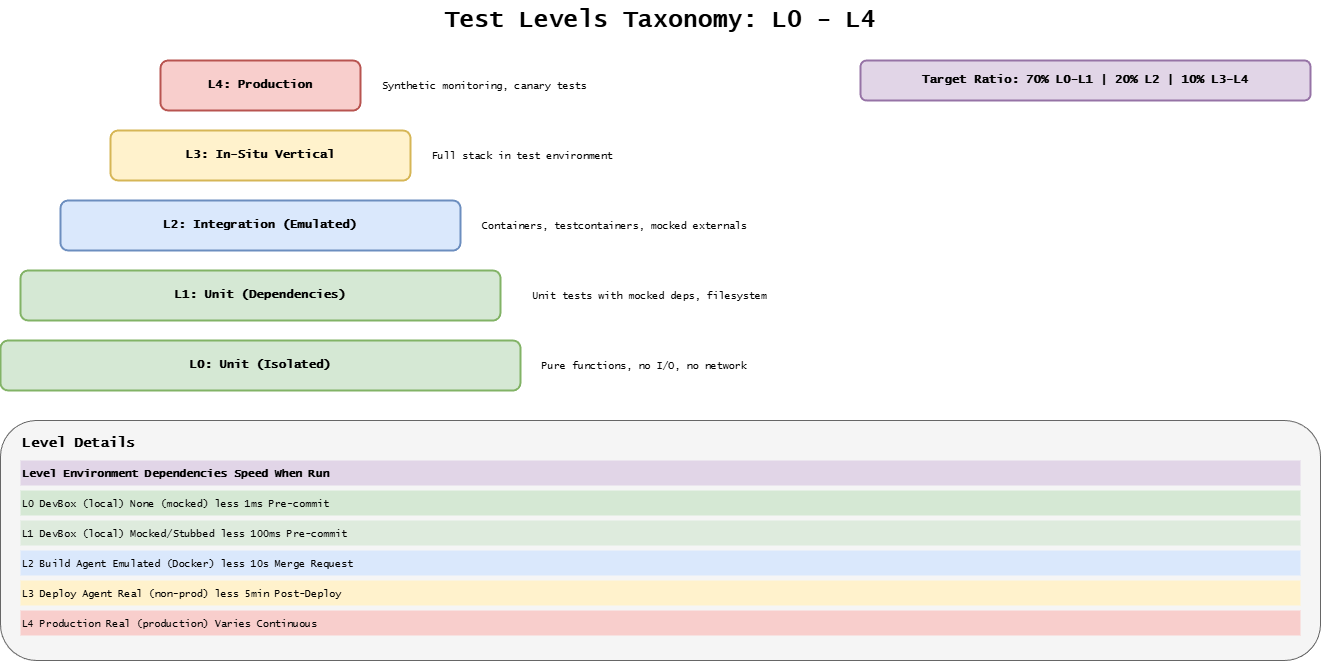
The draw.io diagram docs/assets/assisted/05-test-levels-taxonomy.drawio.png in ready-to-release/eac, before a commit. Source tidied: cells renumbered, new cells last; positions are measured from the earlier drawing's top-left corner, leaving out a move shared by most shapes.
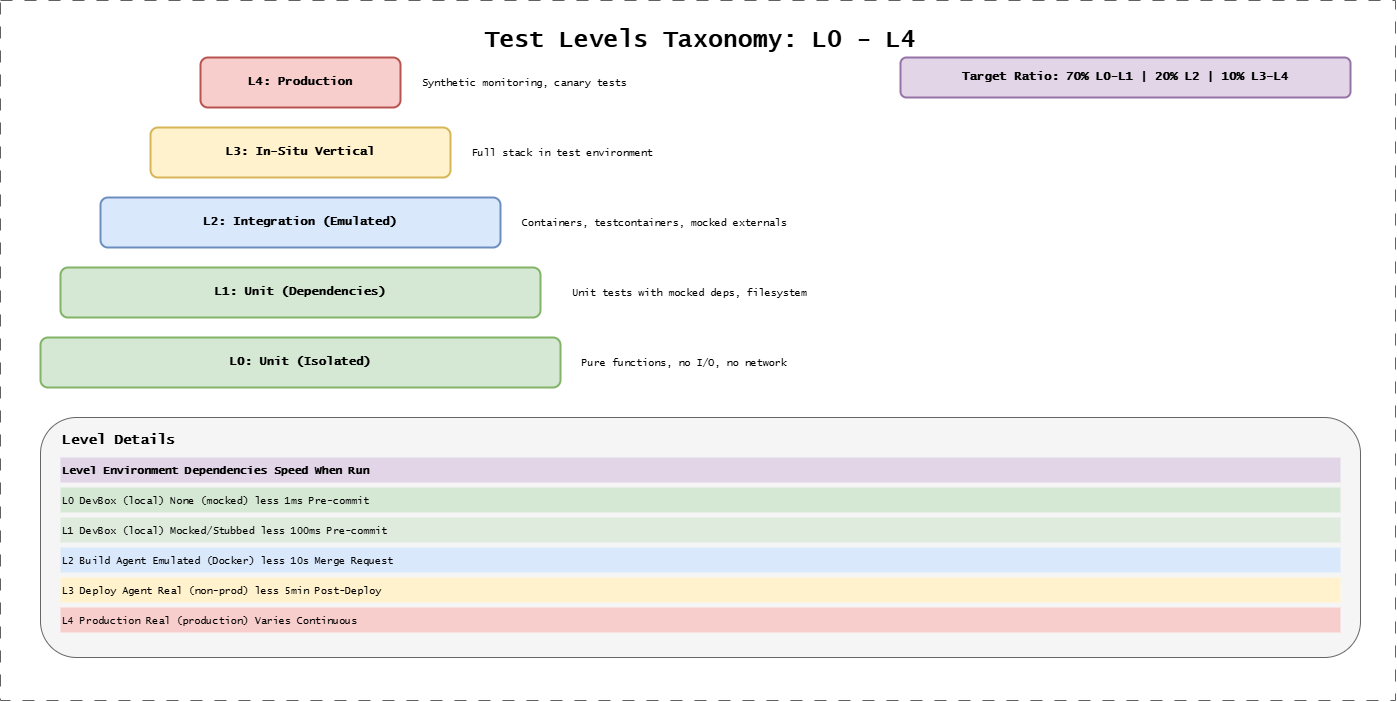
Later version of the same file.

The edit, as a diff of the source:
```diff
@@ -3,7 +3,7 @@
     <mxCell id="0" />
     <mxCell id="1" parent="0" />
     <mxCell id="2" value="Test Levels Taxonomy: L0 - L4" style="text;html=1;strokeColor=none;fillColor=none;align=center;verticalAlign=middle;whiteSpace=wrap;rounded=0;fontFamily=Lucida Console;fontStyle=1;fontSize=24;" parent="1" vertex="1">
-      <mxGeometry x="360" width="600" height="40" as="geometry" />
+      <mxGeometry x="360" y="23" width="600" height="40" as="geometry" />
     </mxCell>
     <mxCell id="3" value="L4: Production" style="rounded=1;whiteSpace=wrap;html=1;fillColor=#f8cecc;strokeColor=#b85450;strokeWidth=2;fontFamily=Lucida Console;fontStyle=1;fontSize=12;" parent="1" vertex="1">
       <mxGeometry x="160" y="60" width="200" height="50" as="geometry" />
@@ -62,5 +62,8 @@
     <mxCell id="21" value="Target Ratio: 70% L0-L1  |  20% L2  |  10% L3-L4" style="text;html=1;fillColor=#e1d5e7;align=center;verticalAlign=middle;whiteSpace=wrap;rounded=1;fontFamily=Lucida Console;fontStyle=1;fontSize=12;strokeColor=#9673a6;strokeWidth=2;" parent="1" vertex="1">
       <mxGeometry x="860" y="60" width="450" height="40" as="geometry" />
     </mxCell>
+    <mxCell id="22" style="group;strokeColor=#616161;dashed=1;dashPattern=12 12;fontFamily=Lucida Console;fontSize=19;fontStyle=1;" parent="1" vertex="1">
+      <mxGeometry x="-40" y="3" width="1395" height="700" as="geometry" />
+    </mxCell>
   </root>
 </mxGraphModel>
```
